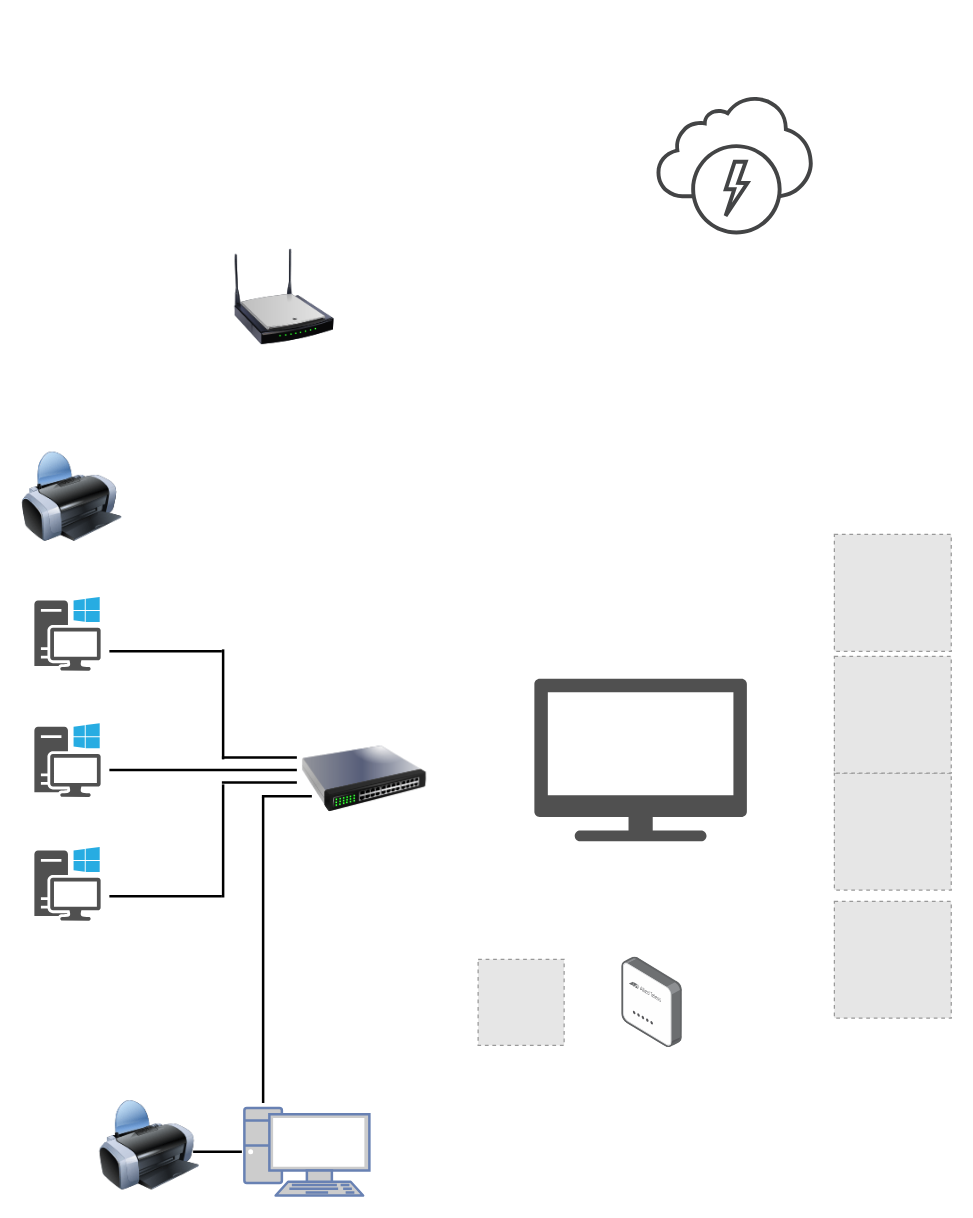
Before: Untitled Diagram.drawio in Jayke770/ojt, a draw.io diagram. Source tidied: cells renumbered, new cells numbered last; positions are measured from the earlier drawing's top-left corner, leaving out a move shared by most shapes. Both pictures are drawn from the tidied source at 125%, with x=0, y=0 at pixel (21, 96). Pictures stored in the file or linked from it are replaced by grey dashed boxes.
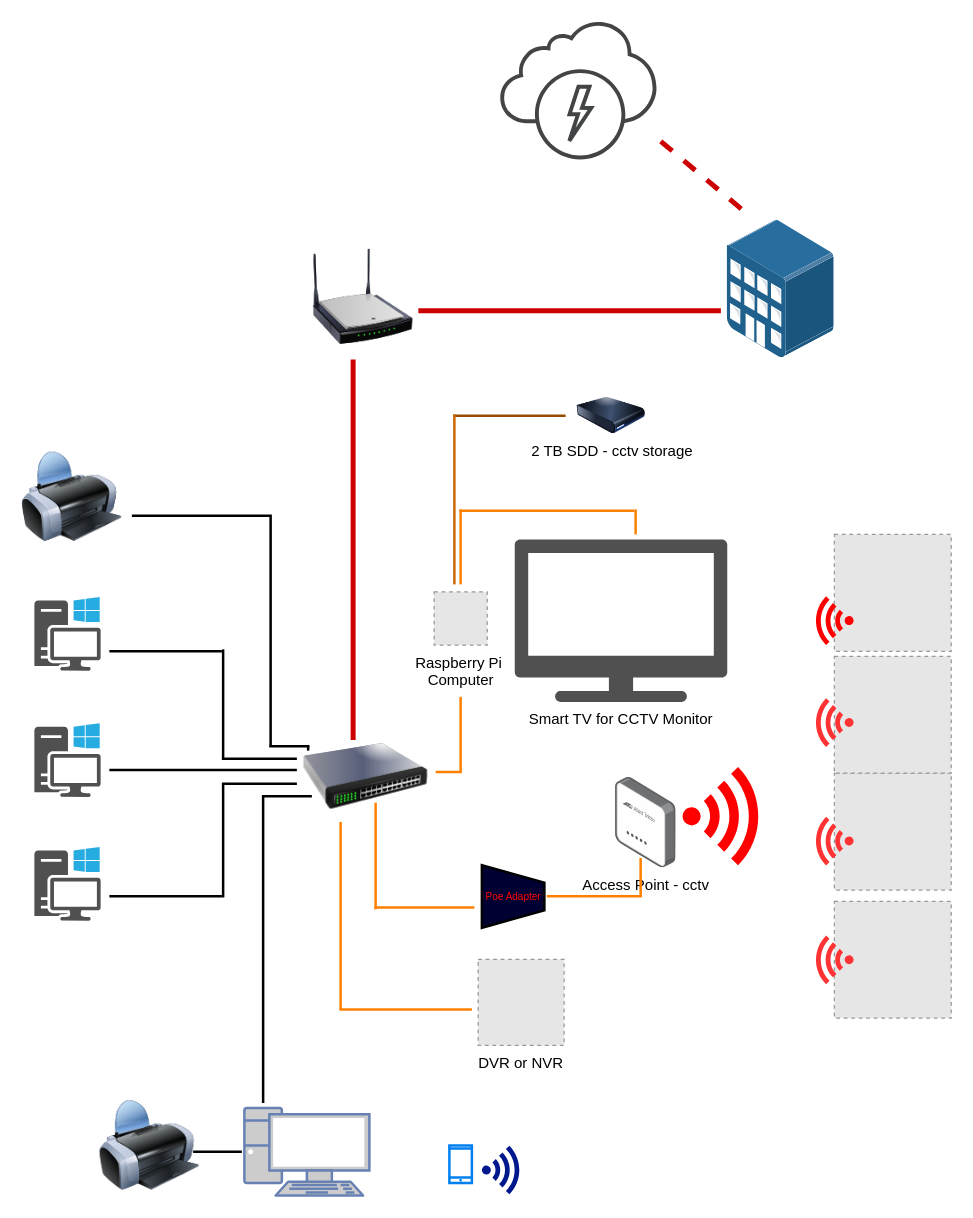
The same diagram, later.

Diff of the diagram source:
```diff
@@
     <mxCell id="10" style="image;html=1;image=img/lib/clip_art/networking/Switch_128x128.png;" parent="1" vertex="1">
-      <mxGeometry x="224" y="501" width="100" height="90" as="geometry" />
+      <mxGeometry x="225" y="499" width="100" height="90" as="geometry" />
     </mxCell>
     <mxCell id="11" style="image;html=1;image=img/lib/clip_art/networking/Wireless_Router_N_128x128.png;" parent="1" vertex="1">
-      <mxGeometry x="170" y="120" width="80" height="80" as="geometry" />
+      <mxGeometry x="233" y="119.8" width="80" height="80" as="geometry" />
     </mxCell>
@@
-    <mxCell id="14" style="shadow=0;dashed=0;html=1;strokeColor=none;fillColor=#505050;labelPosition=center;verticalLabelPosition=bottom;verticalAlign=top;align=center;shape=mxgraph.office.devices.tv;" parent="1" vertex="1">
-      <mxGeometry x="410" y="465.5" width="170" height="130" as="geometry" />
+    <mxCell id="14" value="Smart TV for CCTV Monitor&lt;br&gt;" style="shadow=0;dashed=0;html=1;strokeColor=none;fillColor=#505050;labelPosition=center;verticalLabelPosition=bottom;verticalAlign=top;align=center;shape=mxgraph.office.devices.tv;" parent="1" vertex="1">
+      <mxGeometry x="394.3" y="354" width="170" height="130" as="geometry" />
     </mxCell>
     <mxCell id="15" style="shadow=0;dashed=0;html=1;strokeColor=none;fillColor=#434445;labelPosition=center;verticalLabelPosition=bottom;verticalAlign=top;align=center;shape=mxgraph.vvd.service_provider_cloud_environment;" parent="1" vertex="1">
-      <mxGeometry x="507.7" width="125" height="110" as="geometry" />
+      <mxGeometry x="382.7" y="-60" width="125" height="110" as="geometry" />
     </mxCell>
-    <mxCell id="16" style="fillColor=#E6E6E6;strokeColor=#999999;dashed=1;html=1;verticalAlign=top;verticalLabelPosition=bottom;labelBackgroundColor=#ffffff;" parent="1" vertex="1">
+    <mxCell id="16" value="DVR or NVR" style="fillColor=#E6E6E6;strokeColor=#999999;dashed=1;html=1;verticalAlign=top;verticalLabelPosition=bottom;labelBackgroundColor=#ffffff;" parent="1" vertex="1">
       <mxGeometry x="365" y="690" width="68.8" height="68.8" as="geometry" />
     </mxCell>
-    <mxCell id="17" style="html=1;align=center;shadow=0;dashed=0;image;image=img/lib/allied_telesis/wireless/Access_Point_Indoor.svg;" parent="1" vertex="1">
-      <mxGeometry x="480" y="688.3" width="48.5" height="72.3" as="geometry" />
+    <mxCell id="17" value="Access Point - cctv" style="html=1;align=center;shadow=0;dashed=0;image;image=img/lib/allied_telesis/wireless/Access_Point_Indoor.svg;" parent="1" vertex="1">
+      <mxGeometry x="475" y="544.5" width="48.5" height="72.3" as="geometry" />
     </mxCell>
@@
     <mxCell id="23" style="line;strokeWidth=2;html=1;" parent="1" vertex="1">
-      <mxGeometry x="160" y="523.5" width="60" height="10" as="geometry" />
+      <mxGeometry x="160" y="524.5" width="60" height="10" as="geometry" />
     </mxCell>
     <mxCell id="24" style="line;strokeWidth=2;html=1;" parent="1" vertex="1">
-      <mxGeometry x="160" y="543.5" width="60" height="10" as="geometry" />
+      <mxGeometry x="160" y="544.5" width="60" height="10" as="geometry" />
     </mxCell>
@@
+    <mxCell id="28" style="line;strokeWidth=2;html=1;" parent="1" vertex="1">
+      <mxGeometry x="88" y="330" width="112" height="10" as="geometry" />
+    </mxCell>
+    <mxCell id="29" style="line;strokeWidth=2;direction=south;html=1;" parent="1" vertex="1">
+      <mxGeometry x="194" y="336" width="10" height="184" as="geometry" />
+    </mxCell>
+    <mxCell id="30" style="line;strokeWidth=2;html=1;" parent="1" vertex="1">
+      <mxGeometry x="198" y="514.5" width="32" height="10" as="geometry" />
+    </mxCell>
+    <mxCell id="31" style="line;strokeWidth=2;direction=south;html=1;" parent="1" vertex="1">
+      <mxGeometry x="224" y="519" width="10" height="4" as="geometry" />
+    </mxCell>
+    <mxCell id="32" style="line;strokeWidth=2;direction=south;html=1;strokeColor=#FF8000;" parent="1" vertex="1">
+      <mxGeometry x="250" y="580" width="10" height="150" as="geometry" />
+    </mxCell>
+    <mxCell id="33" style="line;strokeWidth=2;html=1;strokeColor=#FF8000;" parent="1" vertex="1">
+      <mxGeometry x="254" y="725" width="106" height="10" as="geometry" />
+    </mxCell>
+    <mxCell id="34" style="html=1;verticalLabelPosition=bottom;align=center;labelBackgroundColor=#ffffff;verticalAlign=top;strokeWidth=2;strokeColor=#0080F0;shadow=0;dashed=0;shape=mxgraph.ios7.icons.smartphone;fillColor=none;" parent="1" vertex="1">
+      <mxGeometry x="342" y="838.9" width="18" height="30" as="geometry" />
+    </mxCell>
+    <mxCell id="35" style="shadow=0;dashed=0;html=1;strokeColor=none;labelPosition=center;verticalLabelPosition=bottom;verticalAlign=top;align=center;fillColor=#00188D;shape=mxgraph.mscae.enterprise.wireless_connection;" parent="1" vertex="1">
+      <mxGeometry x="368" y="839" width="32.6" height="38.9" as="geometry" />
+    </mxCell>
+    <mxCell id="36" style="shadow=0;dashed=0;html=1;strokeColor=none;labelPosition=center;verticalLabelPosition=bottom;verticalAlign=top;align=center;shape=mxgraph.mscae.enterprise.wireless_connection;rotation=-180;fillColor=#FF0000;" parent="1" vertex="1">
+      <mxGeometry x="632.7" y="399.5" width="32.7" height="39" as="geometry" />
+    </mxCell>
+    <mxCell id="37" style="shadow=0;dashed=0;html=1;strokeColor=none;labelPosition=center;verticalLabelPosition=bottom;verticalAlign=top;align=center;shape=mxgraph.mscae.enterprise.wireless_connection;rotation=-180;fillColor=#FF3333;" parent="1" vertex="1">
+      <mxGeometry x="632.7" y="481" width="32.7" height="39" as="geometry" />
+    </mxCell>
+    <mxCell id="38" style="shadow=0;dashed=0;html=1;strokeColor=none;labelPosition=center;verticalLabelPosition=bottom;verticalAlign=top;align=center;shape=mxgraph.mscae.enterprise.wireless_connection;rotation=-180;fillColor=#FF3333;" parent="1" vertex="1">
+      <mxGeometry x="632.7" y="575.8" width="32.7" height="39" as="geometry" />
+    </mxCell>
+    <mxCell id="39" style="shadow=0;dashed=0;html=1;strokeColor=none;labelPosition=center;verticalLabelPosition=bottom;verticalAlign=top;align=center;shape=mxgraph.mscae.enterprise.wireless_connection;rotation=-180;fillColor=#FF3333;" parent="1" vertex="1">
+      <mxGeometry x="632.7" y="670.8" width="32.7" height="39" as="geometry" />
+    </mxCell>
+    <mxCell id="40" style="shadow=0;dashed=0;html=1;strokeColor=none;labelPosition=center;verticalLabelPosition=bottom;verticalAlign=top;align=center;shape=mxgraph.mscae.enterprise.wireless_connection;rotation=0;fillColor=#FF0000;" parent="1" vertex="1">
+      <mxGeometry x="528.5" y="536.1" width="66" height="78.6" as="geometry" />
+    </mxCell>
+    <mxCell id="41" style="line;strokeWidth=4;direction=south;html=1;strokeColor=#CC0000;" parent="1" vertex="1">
+      <mxGeometry x="260" y="210" width="10" height="304.5" as="geometry" />
+    </mxCell>
+    <mxCell id="42" style="line;strokeWidth=4;direction=south;html=1;strokeColor=#CC0000;rotation=90;" parent="1" vertex="1">
+      <mxGeometry x="433.2" y="50" width="10" height="242" as="geometry" />
+    </mxCell>
+    <mxCell id="43" style="html=1;align=center;shadow=0;dashed=0;image;image=img/lib/allied_telesis/buildings/Medium_Business_Building.svg;strokeColor=#CC0000;strokeWidth=4;fillColor=#FF3333;" parent="1" vertex="1">
+      <mxGeometry x="564.3" y="98.6" width="85.7" height="110.2" as="geometry" />
+    </mxCell>
+    <mxCell id="44" style="line;strokeWidth=4;direction=south;html=1;rotation=130;strokeColor=#CC0000;dashed=1;" parent="1" vertex="1">
+      <mxGeometry x="534.3" y="12" width="10" height="94.4" as="geometry" />
+    </mxCell>
+    <mxCell id="45" value="&lt;font color=&quot;#ff0000&quot;&gt;Poe Adapter&lt;/font&gt;" style="strokeWidth=2;dashed=0;align=center;html=1;fontSize=8;shape=mxgraph.eip.channel_adapter;fillColor=#000033;" parent="1" vertex="1">
+      <mxGeometry x="368" y="614.7" width="50" height="50" as="geometry" />
+    </mxCell>
+    <mxCell id="46" style="line;strokeWidth=2;direction=south;html=1;strokeColor=#FF8000;" parent="1" vertex="1">
+      <mxGeometry x="490" y="608.9" width="10" height="31.1" as="geometry" />
+    </mxCell>
+    <mxCell id="47" style="line;strokeWidth=2;html=1;strokeColor=#FF8000;" parent="1" vertex="1">
+      <mxGeometry x="420" y="634.5" width="76" height="10" as="geometry" />
+    </mxCell>
+    <mxCell id="48" style="line;strokeWidth=2;direction=south;html=1;strokeColor=#FF8000;" parent="1" vertex="1">
+      <mxGeometry x="278" y="564.7" width="10" height="85.3" as="geometry" />
+    </mxCell>
+    <mxCell id="49" style="line;strokeWidth=2;html=1;strokeColor=#FF8000;" parent="1" vertex="1">
+      <mxGeometry x="282" y="643.5" width="80" height="10" as="geometry" />
+    </mxCell>
+    <mxCell id="50" value="Raspberry Pi&amp;nbsp;&lt;br&gt;Computer" style="fillColor=#E6E6E6;strokeColor=#999999;dashed=1;html=1;verticalAlign=top;verticalLabelPosition=bottom;labelBackgroundColor=#ffffff;" parent="1" vertex="1">
+      <mxGeometry x="329.8" y="396" width="42.5" height="42.5" as="geometry" />
+    </mxCell>
+    <mxCell id="51" style="line;strokeWidth=2;html=1;strokeColor=#FF8000;" parent="1" vertex="1">
+      <mxGeometry x="350" y="326" width="140" height="10" as="geometry" />
+    </mxCell>
+    <mxCell id="52" style="line;strokeWidth=2;direction=south;html=1;strokeColor=#FF8000;" parent="1" vertex="1">
+      <mxGeometry x="486" y="330" width="10" height="20" as="geometry" />
+    </mxCell>
+    <mxCell id="53" style="line;strokeWidth=2;direction=south;html=1;strokeColor=#FF8000;" parent="1" vertex="1">
+      <mxGeometry x="346" y="330" width="10" height="60" as="geometry" />
+    </mxCell>
+    <mxCell id="54" style="line;strokeWidth=2;direction=south;html=1;strokeColor=#FF8000;" parent="1" vertex="1">
+      <mxGeometry x="346" y="480" width="10" height="60" as="geometry" />
+    </mxCell>
+    <mxCell id="55" style="line;strokeWidth=2;html=1;fillColor=#FF8000;strokeColor=#FF8000;" parent="1" vertex="1">
+      <mxGeometry x="331" y="535.1" width="21" height="10" as="geometry" />
+    </mxCell>
+    <mxCell id="56" value="2 TB SDD - cctv storage&lt;br&gt;" style="image;html=1;image=img/lib/clip_art/computers/Harddrive_128x128.png;dashed=1;strokeColor=#FF8000;strokeWidth=4;fillColor=#000033;" parent="1" vertex="1">
+      <mxGeometry x="443.2" y="240" width="56.8" height="30" as="geometry" />
+    </mxCell>
+    <mxCell id="57" style="line;strokeWidth=2;html=1;strokeColor=#994C00;" parent="1" vertex="1">
+      <mxGeometry x="345" y="250" width="90" height="10" as="geometry" />
+    </mxCell>
+    <mxCell id="58" style="line;strokeWidth=2;direction=south;html=1;strokeColor=#CC6600;" parent="1" vertex="1">
+      <mxGeometry x="341" y="254" width="10" height="136" as="geometry" />
+    </mxCell>
```
